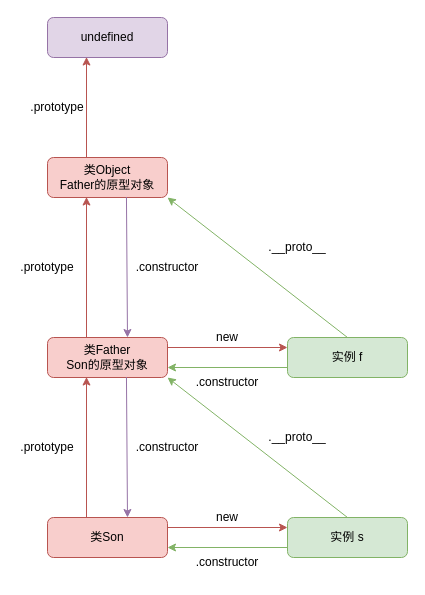
overnote/over-javascript keeps this draw.io diagram as images/javascript/prototype-chain.drawio. Above is the earlier version. Source tidied: cells renumbered, new cells numbered last; positions are measured from the earlier drawing's top-left corner, leaving out a move shared by most shapes. Both pictures are drawn from the tidied source at 100%, with x=0, y=0 at pixel (17, 17).
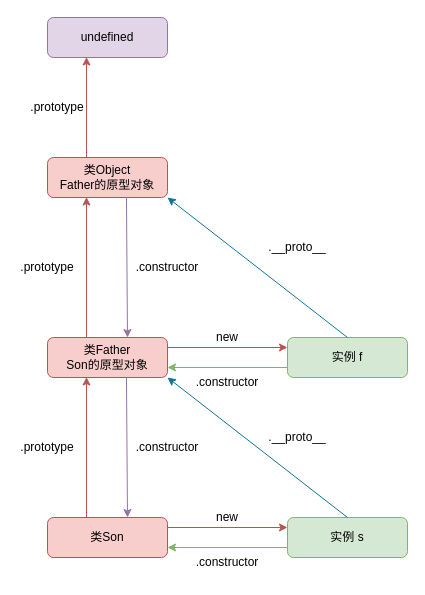
Above is the later version.

Commit message (it also covers changes not shown here):
修正原型链相关图片颜色

Unchanged cells that the change refers to:
```xml
<mxCell id="6" value="实例 s" style="rounded=1;whiteSpace=wrap;html=1;fillColor=#d5e8d4;strokeColor=#82b366;" parent="1" vertex="1">
  <mxGeometry x="270" y="500" width="120" height="40" as="geometry" />
</mxCell>
<mxCell id="7" value="类Father&lt;br&gt;Son的原型对象" style="rounded=1;whiteSpace=wrap;html=1;fillColor=#f8cecc;strokeColor=#b85450;" parent="1" vertex="1">
  <mxGeometry x="30" y="320" width="120" height="40" as="geometry" />
</mxCell>
<mxCell id="18" value="实例 f" style="rounded=1;whiteSpace=wrap;html=1;fillColor=#d5e8d4;strokeColor=#82b366;" parent="1" vertex="1">
  <mxGeometry x="270" y="320" width="120" height="40" as="geometry" />
</mxCell>
<mxCell id="19" value="类Object&lt;br&gt;Father的原型对象" style="rounded=1;whiteSpace=wrap;html=1;fillColor=#f8cecc;strokeColor=#b85450;" parent="1" vertex="1">
  <mxGeometry x="30" y="140" width="120" height="40" as="geometry" />
</mxCell>
```

What changed in the source:
```diff
@@
-    <mxCell id="8" style="endArrow=classic;html=1;exitX=0.5;exitY=0;exitDx=0;exitDy=0;entryX=1;entryY=1;entryDx=0;entryDy=0;fillColor=#d5e8d4;strokeColor=#82b366;" parent="1" edge="1" source="6" target="7">
+    <mxCell id="8" style="endArrow=classic;html=1;exitX=0.5;exitY=0;exitDx=0;exitDy=0;entryX=1;entryY=1;entryDx=0;entryDy=0;fillColor=#b1ddf0;strokeColor=#10739e;" parent="1" edge="1" source="6" target="7">
       <mxGeometry relative="1" as="geometry" />
     </mxCell>
@@
-    <mxCell id="20" style="endArrow=classic;html=1;exitX=0.5;exitY=0;exitDx=0;exitDy=0;entryX=1;entryY=1;entryDx=0;entryDy=0;fillColor=#d5e8d4;strokeColor=#82b366;" parent="1" edge="1" source="18" target="19">
+    <mxCell id="20" style="endArrow=classic;html=1;exitX=0.5;exitY=0;exitDx=0;exitDy=0;entryX=1;entryY=1;entryDx=0;entryDy=0;fillColor=#b1ddf0;strokeColor=#10739e;" parent="1" edge="1" source="18" target="19">
       <mxGeometry relative="1" as="geometry" />
     </mxCell>
```
